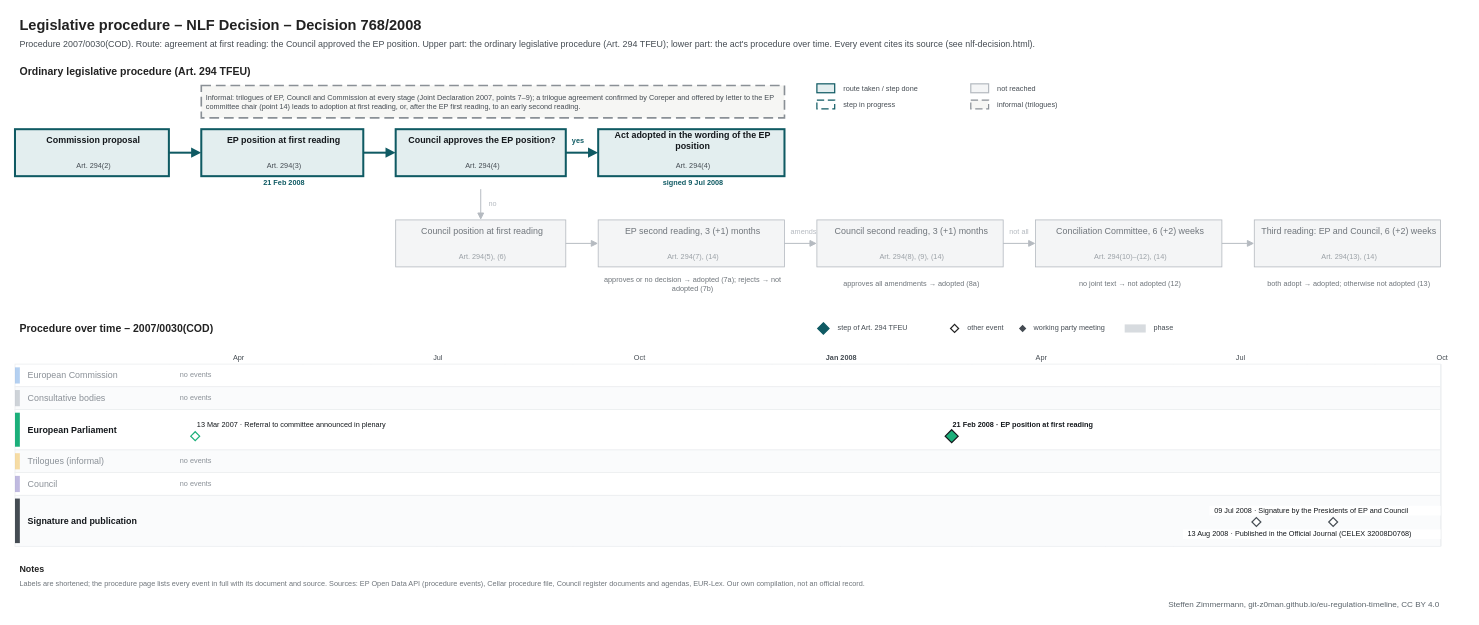
This is procedures/nlf-decision.drawio from git-z0man/eu-regulation-timeline, a draw.io file, before an edit. Source tidied: cells renumbered, new cells numbered last; positions are measured from the earlier drawing's top-left corner, leaving out a move shared by most shapes. Both pictures are drawn from the tidied source at 81%, with x=0, y=0 at pixel (15, 14).
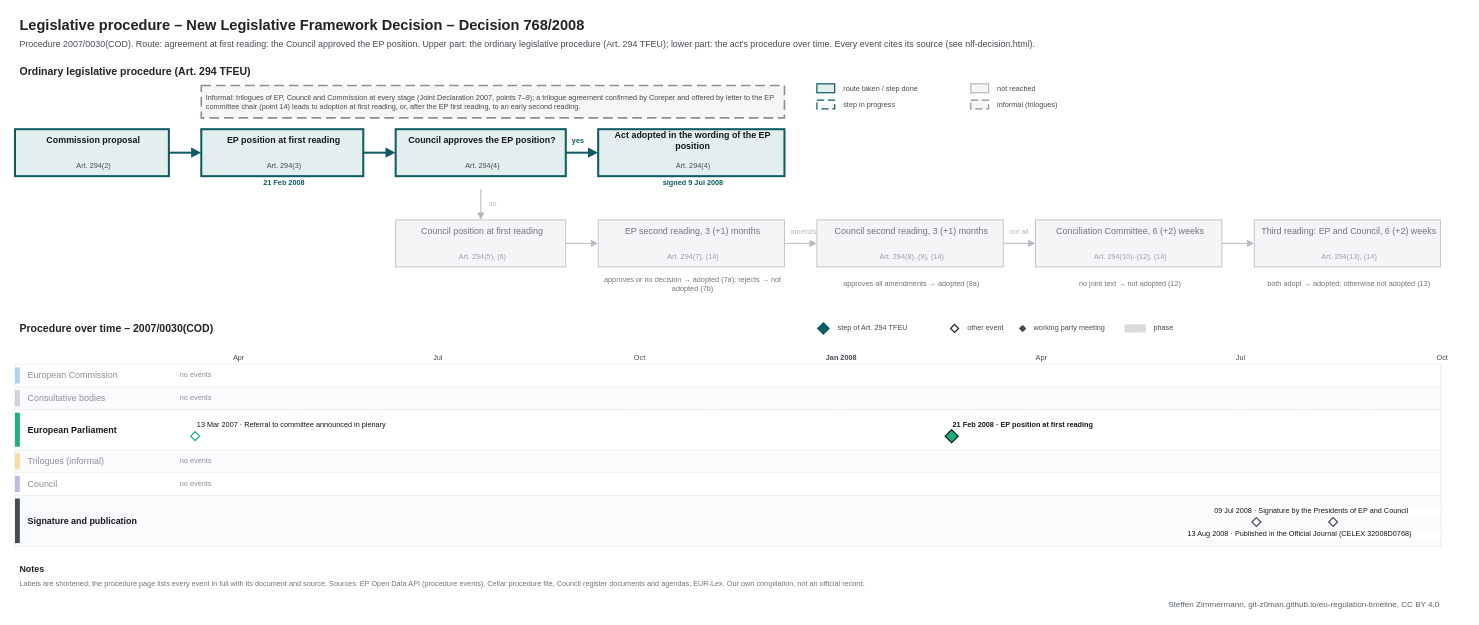
After the change.

Diff of the diagram source:
```diff
@@
-    <mxCell id="2" value="Legislative procedure – NLF Decision – Decision 768/2008" style="text;html=1;fontSize=18;fontColor=#222222;align=left;verticalAlign=middle;spacingLeft=4;fontStyle=1;" parent="1" vertex="1">
+    <mxCell id="2" value="Legislative procedure – New Legislative Framework Decision – Decision 768/2008" style="text;html=1;fontSize=18;fontColor=#222222;align=left;verticalAlign=middle;spacingLeft=4;fontStyle=1;" parent="1" vertex="1">
       <mxGeometry width="1600" height="28" as="geometry" />
     </mxCell>
```
